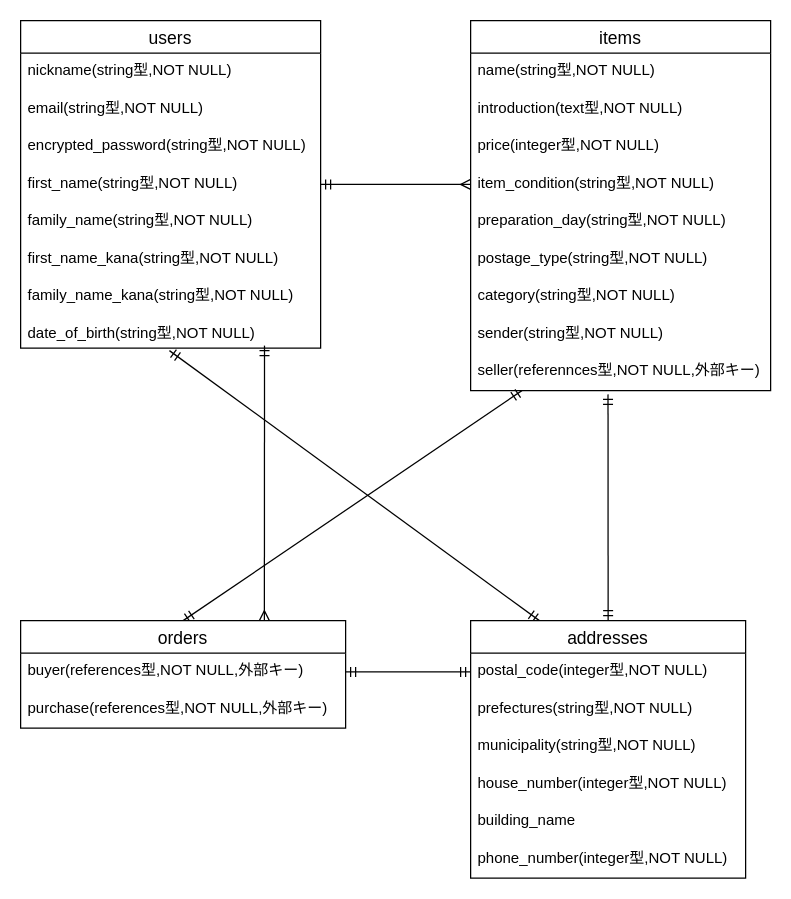
Earlier version of the draw.io diagram test.dio (1984tatsuya0610/furima-38480). Source tidied: cells renumbered, new cells numbered last; positions are measured from the earlier drawing's top-left corner, leaving out a move shared by most shapes. Both pictures are drawn from the tidied source at 125%, with x=0, y=0 at pixel (20, 20).
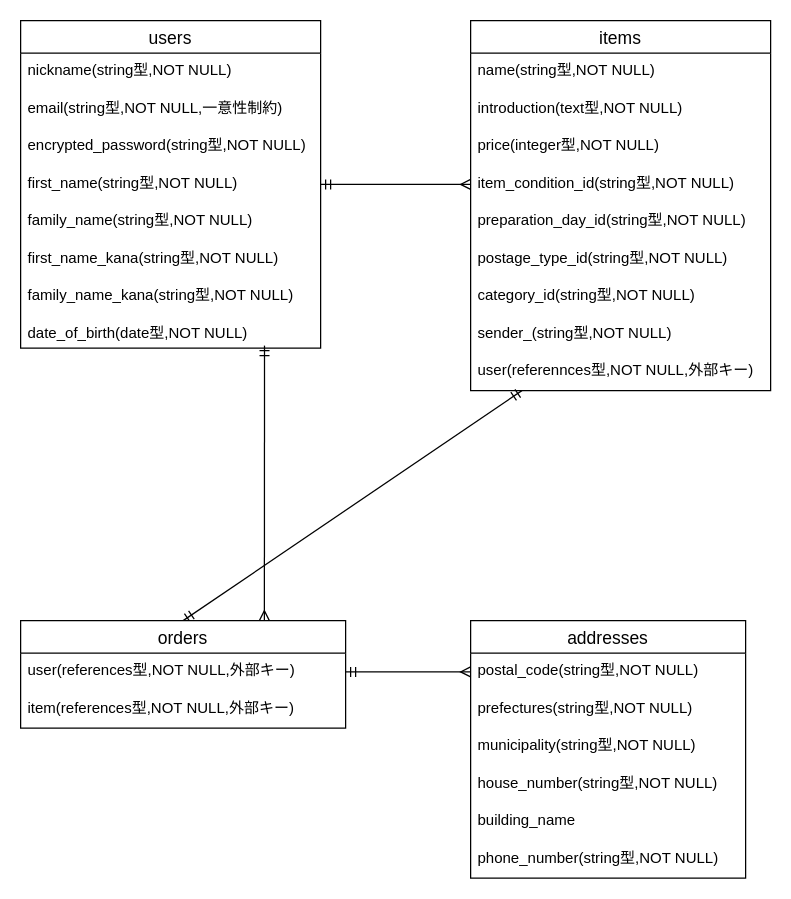
The same page after the edit.

The change refers to these unchanged cells:
```xml
<mxCell id="2" value="users" style="swimlane;fontStyle=0;horizontal=1;startSize=26;align=center;fontSize=14;" parent="1" vertex="1">
  <mxGeometry width="240" height="262" as="geometry" />
</mxCell>
<mxCell id="11" value="items" style="swimlane;fontStyle=0;horizontal=1;startSize=26;align=center;fontSize=14;" parent="1" vertex="1">
  <mxGeometry x="360" width="240" height="296" as="geometry" />
</mxCell>
<mxCell id="23" value="orders" style="swimlane;fontStyle=0;horizontal=1;startSize=26;align=center;fontSize=14;" parent="1" vertex="1">
  <mxGeometry y="480" width="260" height="86" as="geometry" />
</mxCell>
<mxCell id="28" value="addresses" style="swimlane;fontStyle=0;horizontal=1;startSize=26;align=center;fontSize=14;" parent="1" vertex="1">
  <mxGeometry x="360" y="480" width="220" height="206" as="geometry" />
</mxCell>
```

Change to the diagram source:
```diff
@@
-    <mxCell id="4" value="email(string型,NOT NULL)" style="text;strokeColor=none;fillColor=none;spacingLeft=4;spacingRight=4;overflow=hidden;fontSize=12;" parent="2" vertex="1">
+    <mxCell id="4" value="email(string型,NOT NULL,一意性制約)" style="text;strokeColor=none;fillColor=none;spacingLeft=4;spacingRight=4;overflow=hidden;fontSize=12;" parent="2" vertex="1">
       <mxGeometry y="56" width="240" height="30" as="geometry" />
     </mxCell>
@@
-    <mxCell id="10" value="date_of_birth(string型,NOT NULL)" style="text;strokeColor=none;fillColor=none;spacingLeft=4;spacingRight=4;overflow=hidden;points=[[0,0.5],[1,0.5]];portConstraint=eastwest;fontSize=12;" parent="2" vertex="1">
+    <mxCell id="10" value="date_of_birth(date型,NOT NULL)" style="text;strokeColor=none;fillColor=none;spacingLeft=4;spacingRight=4;overflow=hidden;points=[[0,0.5],[1,0.5]];portConstraint=eastwest;fontSize=12;" parent="2" vertex="1">
       <mxGeometry y="236" width="240" height="26" as="geometry" />
     </mxCell>
@@
-    <mxCell id="15" value="item_condition(string型,NOT NULL)" style="text;strokeColor=none;fillColor=none;spacingLeft=4;spacingRight=4;overflow=hidden;points=[[0,0.5],[1,0.5]];portConstraint=eastwest;fontSize=12;" parent="11" vertex="1">
+    <mxCell id="15" value="item_condition_id(string型,NOT NULL)" style="text;strokeColor=none;fillColor=none;spacingLeft=4;spacingRight=4;overflow=hidden;points=[[0,0.5],[1,0.5]];portConstraint=eastwest;fontSize=12;" parent="11" vertex="1">
       <mxGeometry y="116" width="240" height="30" as="geometry" />
     </mxCell>
-    <mxCell id="16" value="preparation_day(string型,NOT NULL)" style="text;strokeColor=none;fillColor=none;spacingLeft=4;spacingRight=4;overflow=hidden;fontSize=12;" parent="11" vertex="1">
+    <mxCell id="16" value="preparation_day_id(string型,NOT NULL)" style="text;strokeColor=none;fillColor=none;spacingLeft=4;spacingRight=4;overflow=hidden;fontSize=12;" parent="11" vertex="1">
       <mxGeometry y="146" width="240" height="30" as="geometry" />
     </mxCell>
-    <mxCell id="17" value="postage_type(string型,NOT NULL)" style="text;strokeColor=none;fillColor=none;spacingLeft=4;spacingRight=4;overflow=hidden;fontSize=12;" parent="11" vertex="1">
+    <mxCell id="17" value="postage_type_id(string型,NOT NULL)" style="text;strokeColor=none;fillColor=none;spacingLeft=4;spacingRight=4;overflow=hidden;fontSize=12;" parent="11" vertex="1">
       <mxGeometry y="176" width="240" height="30" as="geometry" />
     </mxCell>
-    <mxCell id="18" value="category(string型,NOT NULL)" style="text;strokeColor=none;fillColor=none;spacingLeft=4;spacingRight=4;overflow=hidden;fontSize=12;" parent="11" vertex="1">
+    <mxCell id="18" value="category_id(string型,NOT NULL)" style="text;strokeColor=none;fillColor=none;spacingLeft=4;spacingRight=4;overflow=hidden;fontSize=12;" parent="11" vertex="1">
       <mxGeometry y="206" width="240" height="30" as="geometry" />
     </mxCell>
-    <mxCell id="19" value="sender(string型,NOT NULL)" style="text;strokeColor=none;fillColor=none;spacingLeft=4;spacingRight=4;overflow=hidden;fontSize=12;" parent="11" vertex="1">
+    <mxCell id="19" value="sender_(string型,NOT NULL)" style="text;strokeColor=none;fillColor=none;spacingLeft=4;spacingRight=4;overflow=hidden;fontSize=12;" parent="11" vertex="1">
       <mxGeometry y="236" width="240" height="30" as="geometry" />
     </mxCell>
-    <mxCell id="20" value="seller(referennces型,NOT NULL,外部キー)" style="text;strokeColor=none;fillColor=none;spacingLeft=4;spacingRight=4;overflow=hidden;points=[[0,0.5],[1,0.5]];portConstraint=eastwest;fontSize=12;" parent="11" vertex="1">
+    <mxCell id="20" value="user(referennces型,NOT NULL,外部キー)" style="text;strokeColor=none;fillColor=none;spacingLeft=4;spacingRight=4;overflow=hidden;points=[[0,0.5],[1,0.5]];portConstraint=eastwest;fontSize=12;" parent="11" vertex="1">
       <mxGeometry y="266" width="240" height="30" as="geometry" />
     </mxCell>
@@
-    <mxCell id="24" value="buyer(references型,NOT NULL,外部キー)" style="text;strokeColor=none;fillColor=none;spacingLeft=4;spacingRight=4;overflow=hidden;points=[[0,0.5],[1,0.5]];portConstraint=eastwest;fontSize=12;" parent="23" vertex="1">
+    <mxCell id="24" value="user(references型,NOT NULL,外部キー)" style="text;strokeColor=none;fillColor=none;spacingLeft=4;spacingRight=4;overflow=hidden;points=[[0,0.5],[1,0.5]];portConstraint=eastwest;fontSize=12;" parent="23" vertex="1">
       <mxGeometry y="26" width="260" height="30" as="geometry" />
     </mxCell>
-    <mxCell id="25" value="purchase(references型,NOT NULL,外部キー)" style="text;strokeColor=none;fillColor=none;spacingLeft=4;spacingRight=4;overflow=hidden;fontSize=12;" parent="23" vertex="1">
+    <mxCell id="25" value="item(references型,NOT NULL,外部キー)" style="text;strokeColor=none;fillColor=none;spacingLeft=4;spacingRight=4;overflow=hidden;fontSize=12;" parent="23" vertex="1">
       <mxGeometry y="56" width="260" height="30" as="geometry" />
     </mxCell>
-    <mxCell id="26" style="edgeStyle=none;jumpSize=10;html=1;exitX=0.5;exitY=0;exitDx=0;exitDy=0;entryX=0.458;entryY=1.1;entryDx=0;entryDy=0;entryPerimeter=0;startArrow=ERmandOne;startFill=0;endArrow=ERmandOne;endFill=0;" parent="1" edge="1" source="28" target="20">
-      <mxGeometry relative="1" as="geometry" />
-    </mxCell>
-    <mxCell id="27" style="edgeStyle=none;jumpSize=10;html=1;exitX=0.25;exitY=0;exitDx=0;exitDy=0;entryX=0.496;entryY=1.077;entryDx=0;entryDy=0;entryPerimeter=0;startArrow=ERmandOne;startFill=0;endArrow=ERmandOne;endFill=0;" parent="1" edge="1" source="28" target="10">
-      <mxGeometry relative="1" as="geometry" />
-    </mxCell>
@@
-    <mxCell id="29" value="postal_code(integer型,NOT NULL)" style="text;strokeColor=none;fillColor=none;spacingLeft=4;spacingRight=4;overflow=hidden;points=[[0,0.5],[1,0.5]];portConstraint=eastwest;fontSize=12;" parent="28" vertex="1">
+    <mxCell id="29" value="postal_code(string型,NOT NULL)" style="text;strokeColor=none;fillColor=none;spacingLeft=4;spacingRight=4;overflow=hidden;points=[[0,0.5],[1,0.5]];portConstraint=eastwest;fontSize=12;" parent="28" vertex="1">
       <mxGeometry y="26" width="220" height="30" as="geometry" />
     </mxCell>
@@
-    <mxCell id="32" value="house_number(integer型,NOT NULL)" style="text;strokeColor=none;fillColor=none;spacingLeft=4;spacingRight=4;overflow=hidden;fontSize=12;" parent="28" vertex="1">
+    <mxCell id="32" value="house_number(string型,NOT NULL)" style="text;strokeColor=none;fillColor=none;spacingLeft=4;spacingRight=4;overflow=hidden;fontSize=12;" parent="28" vertex="1">
       <mxGeometry y="116" width="220" height="30" as="geometry" />
     </mxCell>
@@
-    <mxCell id="34" value="phone_number(integer型,NOT NULL)" style="text;strokeColor=none;fillColor=none;spacingLeft=4;spacingRight=4;overflow=hidden;fontSize=12;" parent="28" vertex="1">
+    <mxCell id="34" value="phone_number(string型,NOT NULL)" style="text;strokeColor=none;fillColor=none;spacingLeft=4;spacingRight=4;overflow=hidden;fontSize=12;" parent="28" vertex="1">
       <mxGeometry y="176" width="220" height="30" as="geometry" />
     </mxCell>
@@
-    <mxCell id="36" style="edgeStyle=none;jumpSize=10;html=1;exitX=1;exitY=0.5;exitDx=0;exitDy=0;entryX=0;entryY=0.5;entryDx=0;entryDy=0;startArrow=ERmandOne;startFill=0;endArrow=ERmandOne;endFill=0;" parent="1" edge="1" source="24" target="29">
+    <mxCell id="36" style="edgeStyle=none;jumpSize=10;html=1;exitX=1;exitY=0.5;exitDx=0;exitDy=0;entryX=0;entryY=0.5;entryDx=0;entryDy=0;startArrow=ERmandOne;startFill=0;endArrow=ERmany;endFill=0;" parent="1" edge="1" source="24" target="29">
       <mxGeometry relative="1" as="geometry" />
     </mxCell>
```
